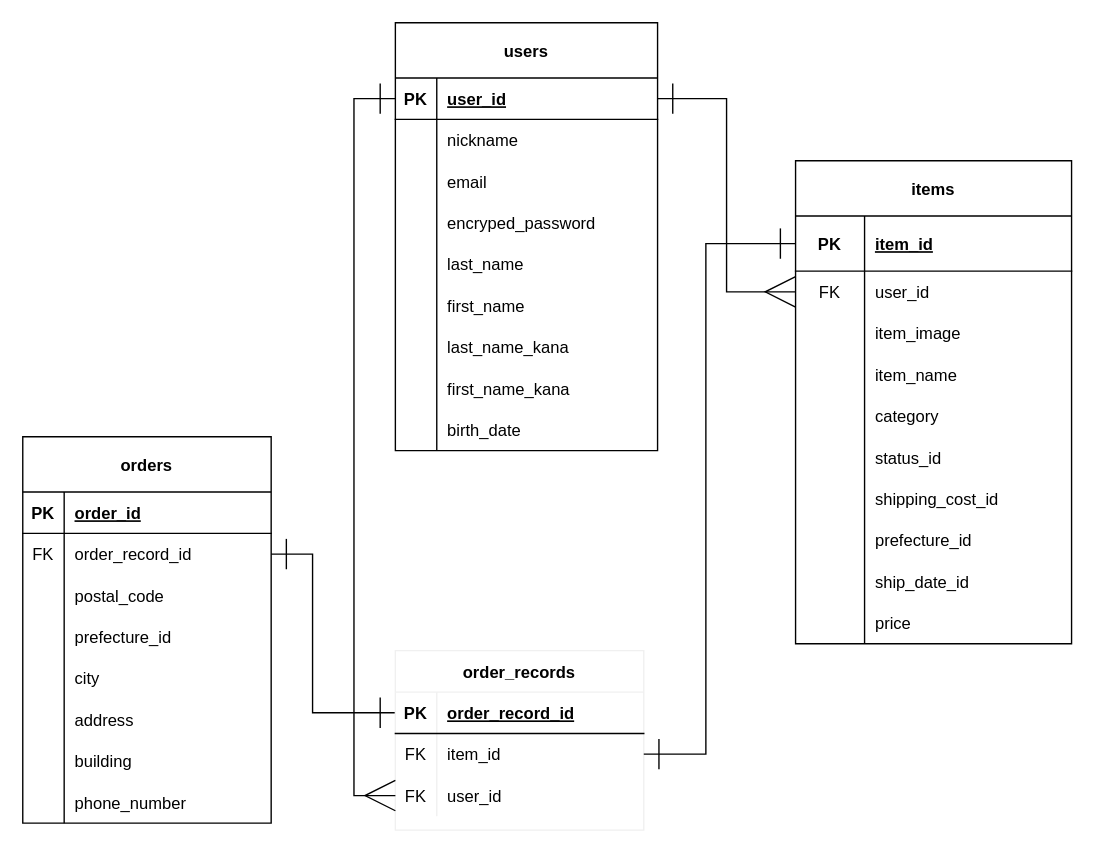
The draw.io diagram page "ER図" (2 of 2) of furima-35013.dio in LIFE-enjoy/furima-35013, before the edit. Source tidied: cells renumbered, new cells numbered last; positions are measured from the earlier drawing's top-left corner, leaving out a move shared by most shapes. Both pictures are drawn from the tidied source at 138%, with x=0, y=0 at pixel (22, 22).
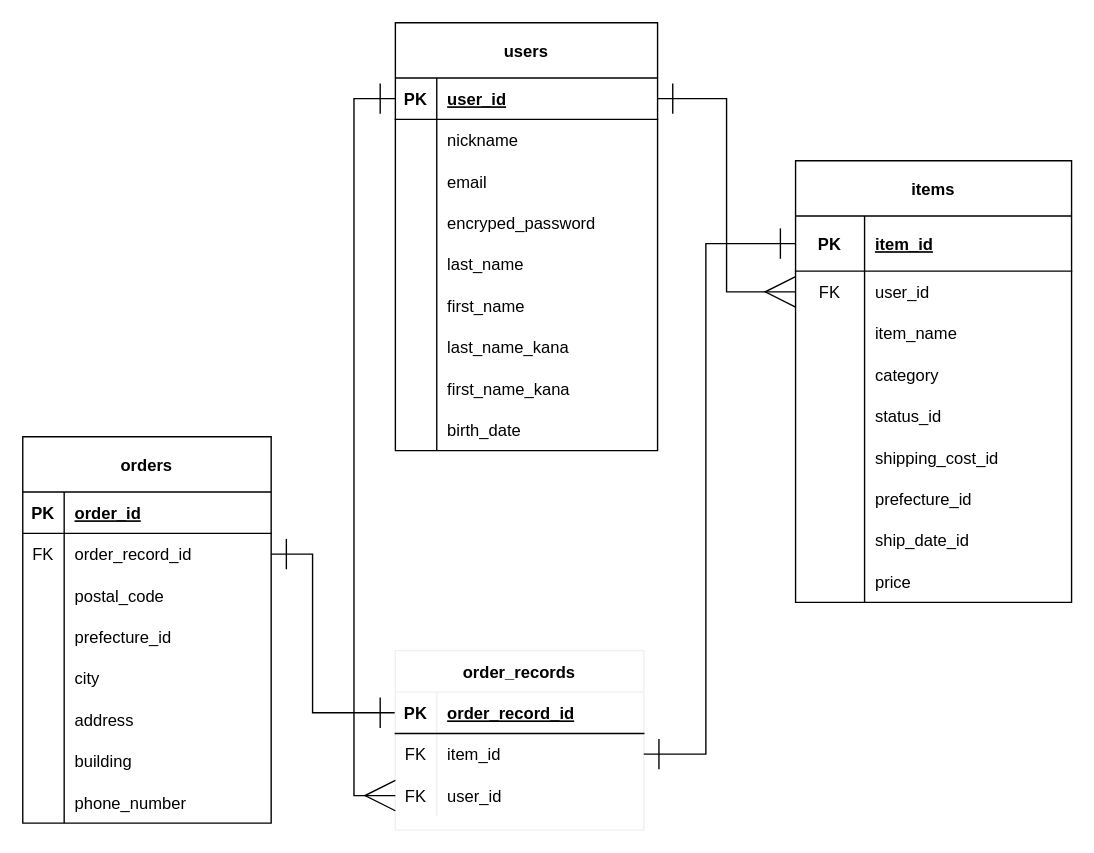
Above is the later version.

Commit message (it also covers changes not shown here):
item_imageカラムをREADMEから削除

Diff of the diagram source:
```diff
@@
     <mxCell id="30" value="items" style="shape=table;startSize=40;childLayout=tableLayout;rowLines=0;fontStyle=1;align=center;" parent="1" vertex="1">
-      <mxGeometry x="560" y="100" width="200" height="350" as="geometry" />
+      <mxGeometry x="560" y="100" width="200" height="320" as="geometry" />
     </mxCell>
@@
-    <mxCell id="37" style="shape=partialRectangle;fillColor=none;top=0;left=0;bottom=0;right=0;" parent="30" vertex="1">
-      <mxGeometry y="110" width="200" height="30" as="geometry" />
-    </mxCell>
-    <mxCell id="38" style="shape=partialRectangle;fillColor=none;top=0;left=0;bottom=0;right=0;overflow=hidden;" parent="37" vertex="1">
-      <mxGeometry width="50" height="30" as="geometry" />
-    </mxCell>
-    <mxCell id="39" value="item_image" style="shape=partialRectangle;fillColor=none;top=0;left=0;bottom=0;right=0;align=left;spacingLeft=6;overflow=hidden;" parent="37" vertex="1">
-      <mxGeometry x="50" width="150" height="30" as="geometry" />
-    </mxCell>
     <mxCell id="40" style="shape=partialRectangle;fillColor=none;top=0;left=0;bottom=0;right=0;" parent="30" vertex="1">
-      <mxGeometry y="140" width="200" height="30" as="geometry" />
+      <mxGeometry y="110" width="200" height="30" as="geometry" />
     </mxCell>
@@
     <mxCell id="43" style="shape=partialRectangle;fillColor=none;top=0;left=0;bottom=0;right=0;" parent="30" vertex="1">
-      <mxGeometry y="170" width="200" height="30" as="geometry" />
+      <mxGeometry y="140" width="200" height="30" as="geometry" />
     </mxCell>
@@
     <mxCell id="46" style="shape=partialRectangle;fillColor=none;top=0;left=0;bottom=0;right=0;" parent="30" vertex="1">
-      <mxGeometry y="200" width="200" height="30" as="geometry" />
+      <mxGeometry y="170" width="200" height="30" as="geometry" />
     </mxCell>
@@
     <mxCell id="49" style="shape=partialRectangle;fillColor=none;top=0;left=0;bottom=0;right=0;" parent="30" vertex="1">
-      <mxGeometry y="230" width="200" height="30" as="geometry" />
+      <mxGeometry y="200" width="200" height="30" as="geometry" />
     </mxCell>
@@
     <mxCell id="52" style="shape=partialRectangle;fillColor=none;top=0;left=0;bottom=0;right=0;" parent="30" vertex="1">
-      <mxGeometry y="260" width="200" height="30" as="geometry" />
+      <mxGeometry y="230" width="200" height="30" as="geometry" />
     </mxCell>
@@
     <mxCell id="55" style="shape=partialRectangle;fillColor=none;top=0;left=0;bottom=0;right=0;" parent="30" vertex="1">
-      <mxGeometry y="290" width="200" height="30" as="geometry" />
+      <mxGeometry y="260" width="200" height="30" as="geometry" />
     </mxCell>
@@
     <mxCell id="58" style="shape=partialRectangle;fillColor=none;top=0;left=0;bottom=0;right=0;" parent="30" vertex="1">
-      <mxGeometry y="320" width="200" height="30" as="geometry" />
+      <mxGeometry y="290" width="200" height="30" as="geometry" />
     </mxCell>
```
